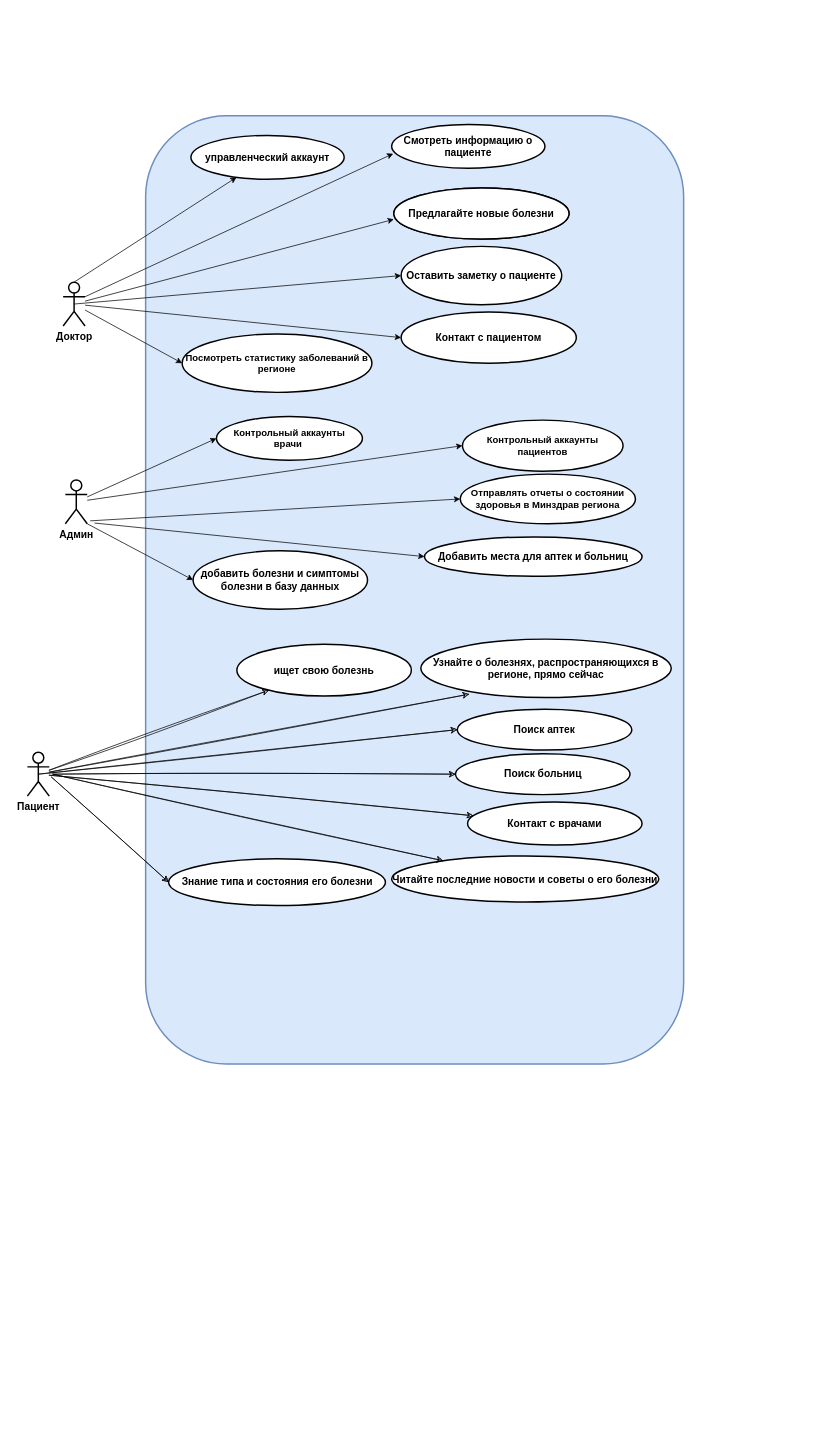
oussamanech/Git01 keeps this draw.io diagram as page "Page-1" (1 of 2) of Untitled Diagram.drawio. Above is the earlier version. Source tidied: cells renumbered, new cells numbered last; positions are measured from the earlier drawing's top-left corner, leaving out a move shared by most shapes. Both pictures are drawn from the tidied source at 73%, with x=0, y=0 at pixel (27, 115).
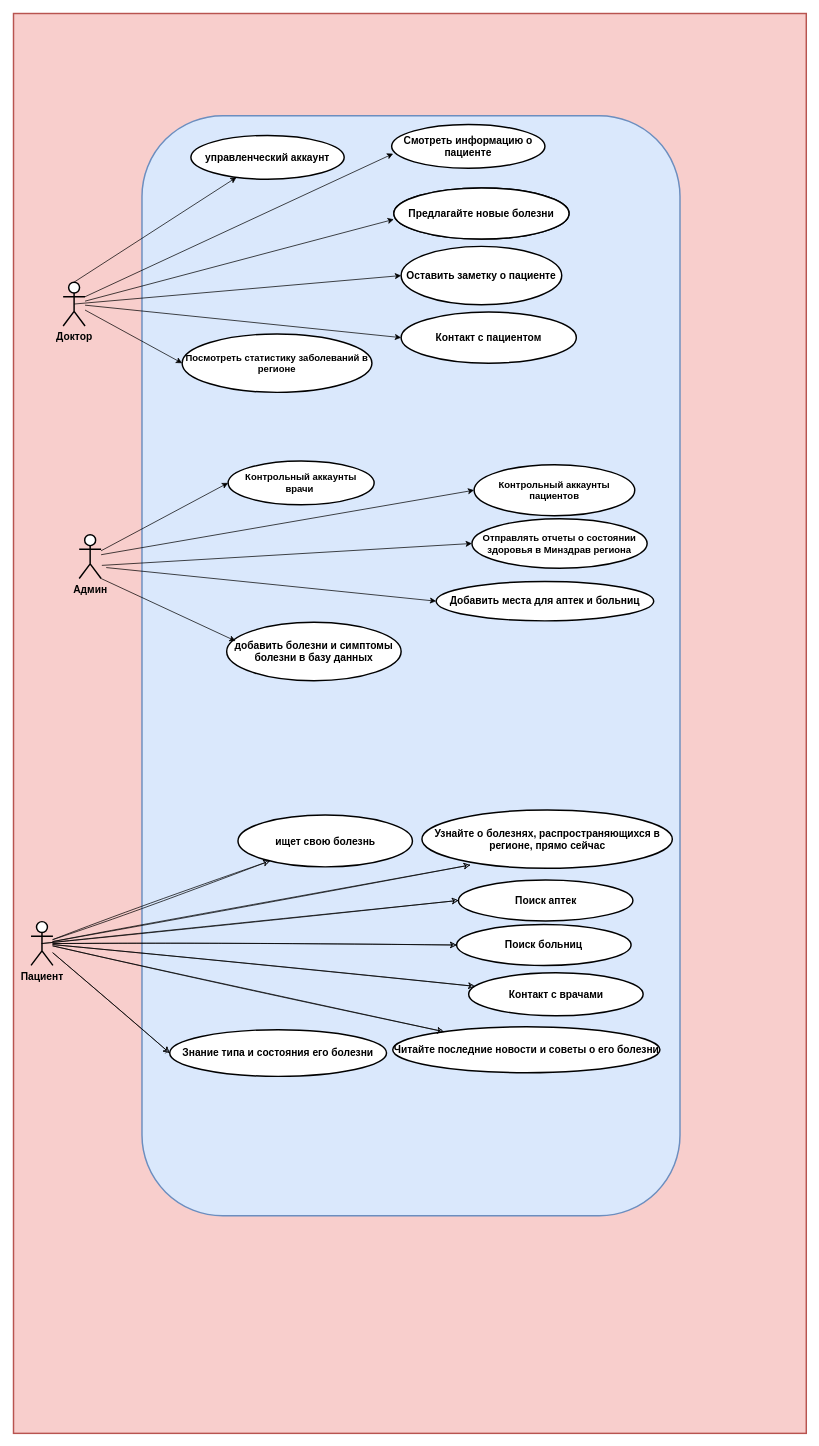
Above is the later version.

What changed in the source:
```diff
@@
+    <mxCell id="43" style="rounded=0;whiteSpace=wrap;html=1;fontSize=14;strokeWidth=2;fillColor=#f8cecc;strokeColor=#b85450;" parent="1" vertex="1">
+      <mxGeometry x="-19" y="-140" width="1086" height="1945" as="geometry" />
+    </mxCell>
     <mxCell id="2" style="rounded=1;whiteSpace=wrap;html=1;fontSize=14;strokeColor=#6c8ebf;strokeWidth=2;fillColor=#dae8fc;" parent="1" vertex="1">
-      <mxGeometry x="162" width="737" height="1299" as="geometry" />
+      <mxGeometry x="157" width="737" height="1507" as="geometry" />
     </mxCell>
     <mxCell id="3" value="&lt;span style=&quot;font-size: 14px&quot;&gt;&lt;b&gt;Админ&lt;/b&gt;&lt;/span&gt;" style="shape=umlActor;verticalLabelPosition=bottom;verticalAlign=top;html=1;outlineConnect=0;strokeWidth=2;" parent="1" vertex="1">
-      <mxGeometry x="52" y="499" width="30" height="60" as="geometry" />
+      <mxGeometry x="71" y="574" width="30" height="60" as="geometry" />
     </mxCell>
@@
     <mxCell id="9" value="&lt;span style=&quot;font-size: 13px&quot;&gt;&lt;b&gt;Контрольный аккаунты врачи&amp;nbsp;&lt;/b&gt;&lt;/span&gt;" style="ellipse;whiteSpace=wrap;html=1;strokeWidth=2;" parent="1" vertex="1">
-      <mxGeometry x="259" y="412" width="200" height="60" as="geometry" />
+      <mxGeometry x="275" y="473" width="200" height="60" as="geometry" />
     </mxCell>
     <mxCell id="10" value="&lt;span style=&quot;font-size: 13px&quot;&gt;&lt;b&gt;Отправлять отчеты о состоянии здоровья в Минздрав региона&lt;/b&gt;&lt;/span&gt;" style="ellipse;whiteSpace=wrap;html=1;strokeWidth=2;" parent="1" vertex="1">
-      <mxGeometry x="593" y="491" width="240" height="68" as="geometry" />
+      <mxGeometry x="609" y="552" width="240" height="68" as="geometry" />
     </mxCell>
@@
     <mxCell id="12" value="&lt;span style=&quot;font-size: 13px&quot;&gt;&lt;b&gt;Контрольный аккаунты пациентов&lt;/b&gt;&lt;/span&gt;" style="ellipse;whiteSpace=wrap;html=1;strokeWidth=2;" parent="1" vertex="1">
-      <mxGeometry x="596" y="417" width="220" height="70" as="geometry" />
+      <mxGeometry x="612" y="478" width="220" height="70" as="geometry" />
     </mxCell>
@@
     <mxCell id="15" style="endArrow=classic;html=1;entryX=0;entryY=0.5;entryDx=0;entryDy=0;" parent="1" edge="1" target="10">
       <mxGeometry relative="1" as="geometry">
-        <mxPoint x="86" y="555" as="sourcePoint" />
+        <mxPoint x="102" y="616" as="sourcePoint" />
       </mxGeometry>
     </mxCell>
@@
     <mxCell id="24" value="&lt;span style=&quot;font-size: 14px&quot;&gt;&lt;b&gt;Пациент&lt;/b&gt;&lt;/span&gt;" style="shape=umlActor;verticalLabelPosition=bottom;verticalAlign=top;html=1;outlineConnect=0;strokeWidth=2;" parent="1" vertex="1">
-      <mxGeometry y="872" width="30" height="60" as="geometry" />
+      <mxGeometry x="5" y="1104" width="30" height="60" as="geometry" />
     </mxCell>
     <mxCell id="25" value="добавить болезни и симптомы болезни в базу данных" style="ellipse;whiteSpace=wrap;html=1;fontSize=14;strokeColor=#000000;strokeWidth=2;fontStyle=1;" parent="1" vertex="1">
-      <mxGeometry x="227" y="596" width="239" height="80" as="geometry" />
+      <mxGeometry x="273" y="694" width="239" height="80" as="geometry" />
     </mxCell>
     <mxCell id="26" value="&lt;b&gt;Добавить места для аптек и больниц&lt;/b&gt;" style="ellipse;whiteSpace=wrap;html=1;fontSize=14;strokeColor=#000000;strokeWidth=2;" parent="1" vertex="1">
-      <mxGeometry x="544" y="577" width="298" height="54" as="geometry" />
+      <mxGeometry x="560" y="638" width="298" height="54" as="geometry" />
     </mxCell>
     <mxCell id="27" style="endArrow=classic;html=1;entryX=0;entryY=0.5;entryDx=0;entryDy=0;" parent="1" edge="1" target="26">
       <mxGeometry relative="1" as="geometry">
-        <mxPoint x="92" y="558" as="sourcePoint" />
+        <mxPoint x="108" y="619" as="sourcePoint" />
       </mxGeometry>
     </mxCell>
-    <mxCell id="28" style="endArrow=classic;html=1;entryX=0;entryY=0.5;entryDx=0;entryDy=0;exitX=1;exitY=1;exitDx=0;exitDy=0;exitPerimeter=0;" parent="1" edge="1" source="3" target="25">
+    <mxCell id="28" style="endArrow=classic;html=1;entryX=0.051;entryY=0.32;entryDx=0;entryDy=0;exitX=1;exitY=1;exitDx=0;exitDy=0;exitPerimeter=0;entryPerimeter=0;" parent="1" edge="1" source="3" target="25">
       <mxGeometry relative="1" as="geometry" />
     </mxCell>
     <mxCell id="29" value="&lt;span style=&quot;&quot;&gt;ищет свою болезнь&lt;/span&gt;" style="ellipse;whiteSpace=wrap;html=1;fontSize=14;strokeColor=#000000;strokeWidth=2;fontStyle=1;" parent="1" vertex="1">
-      <mxGeometry x="287" y="724" width="239" height="71" as="geometry" />
+      <mxGeometry x="288.5" y="958" width="239" height="71" as="geometry" />
     </mxCell>
     <mxCell id="30" value="&lt;span style=&quot;&quot;&gt;Поиск аптек&lt;/span&gt;" style="ellipse;whiteSpace=wrap;html=1;fontSize=14;strokeColor=#000000;strokeWidth=2;fontStyle=1;" parent="1" vertex="1">
-      <mxGeometry x="589" y="813" width="239" height="56" as="geometry" />
+      <mxGeometry x="590.5" y="1047" width="239" height="56" as="geometry" />
     </mxCell>
     <mxCell id="31" value="&lt;span style=&quot;&quot;&gt;Узнайте о болезнях, распространяющихся в регионе, прямо сейчас&lt;/span&gt;" style="ellipse;whiteSpace=wrap;html=1;fontSize=14;strokeColor=#000000;strokeWidth=2;fontStyle=1;" parent="1" vertex="1">
-      <mxGeometry x="539" y="717" width="343" height="80" as="geometry" />
+      <mxGeometry x="540.5" y="951" width="343" height="80" as="geometry" />
     </mxCell>
     <mxCell id="32" value="&lt;span style=&quot;&quot;&gt;Контакт с врачами&lt;/span&gt;" style="ellipse;whiteSpace=wrap;html=1;fontSize=14;strokeColor=#000000;strokeWidth=2;fontStyle=1;" parent="1" vertex="1">
-      <mxGeometry x="603" y="940" width="239" height="59" as="geometry" />
+      <mxGeometry x="604.5" y="1174" width="239" height="59" as="geometry" />
     </mxCell>
     <mxCell id="33" value="&lt;span style=&quot;&quot;&gt;Поиск больниц&lt;/span&gt;" style="ellipse;whiteSpace=wrap;html=1;fontSize=14;strokeColor=#000000;strokeWidth=2;fontStyle=1;" parent="1" vertex="1">
-      <mxGeometry x="586.5" y="874" width="239" height="56" as="geometry" />
+      <mxGeometry x="588" y="1108" width="239" height="56" as="geometry" />
     </mxCell>
     <mxCell id="34" value="Знание типа и состояния его болезни" style="ellipse;whiteSpace=wrap;html=1;fontSize=14;strokeColor=#000000;strokeWidth=2;fontStyle=1;" parent="1" vertex="1">
-      <mxGeometry x="193.5" y="1018" width="297" height="64" as="geometry" />
+      <mxGeometry x="195" y="1252" width="297" height="64" as="geometry" />
     </mxCell>
     <mxCell id="35" value="Читайте последние новости и советы о его болезни" style="ellipse;whiteSpace=wrap;html=1;fontSize=14;strokeColor=#000000;strokeWidth=2;fontStyle=1;" parent="1" vertex="1">
-      <mxGeometry x="499" y="1014" width="366" height="63" as="geometry" />
+      <mxGeometry x="500.5" y="1248" width="366" height="63" as="geometry" />
     </mxCell>
@@
-    <mxCell id="39" style="endArrow=classic;html=1;rounded=0;sketch=1;fontSize=14;strokeColor=#000000;strokeWidth=1;entryX=0;entryY=0.5;entryDx=0;entryDy=0;" parent="1" edge="1" target="33">
-      <mxGeometry relative="1" as="geometry">
-        <mxPoint x="35" y="902" as="sourcePoint" />
-      </mxGeometry>
+    <mxCell id="39" style="endArrow=classic;html=1;rounded=0;sketch=1;fontSize=14;strokeColor=#000000;strokeWidth=1;entryX=0;entryY=0.5;entryDx=0;entryDy=0;" parent="1" edge="1" source="24" target="33">
+      <mxGeometry relative="1" as="geometry" />
     </mxCell>
-    <mxCell id="40" style="endArrow=classic;html=1;rounded=0;sketch=1;fontSize=14;strokeColor=#000000;strokeWidth=1;entryX=0;entryY=0.5;entryDx=0;entryDy=0;" parent="1" edge="1" target="34">
-      <mxGeometry relative="1" as="geometry">
-        <mxPoint x="33" y="906" as="sourcePoint" />
-      </mxGeometry>
+    <mxCell id="40" style="endArrow=classic;html=1;rounded=0;sketch=1;fontSize=14;strokeColor=#000000;strokeWidth=1;entryX=0;entryY=0.5;entryDx=0;entryDy=0;" parent="1" edge="1" source="24" target="34">
+      <mxGeometry relative="1" as="geometry" />
     </mxCell>
@@
-    <mxCell id="42" style="endArrow=classic;html=1;rounded=0;sketch=1;fontSize=14;strokeColor=#000000;strokeWidth=1;" parent="1" edge="1" target="35">
-      <mxGeometry relative="1" as="geometry">
-        <mxPoint x="35" y="902" as="sourcePoint" />
-      </mxGeometry>
+    <mxCell id="42" style="endArrow=classic;html=1;rounded=0;sketch=1;fontSize=14;strokeColor=#000000;strokeWidth=1;" parent="1" edge="1" source="24" target="35">
+      <mxGeometry relative="1" as="geometry" />
     </mxCell>
```
